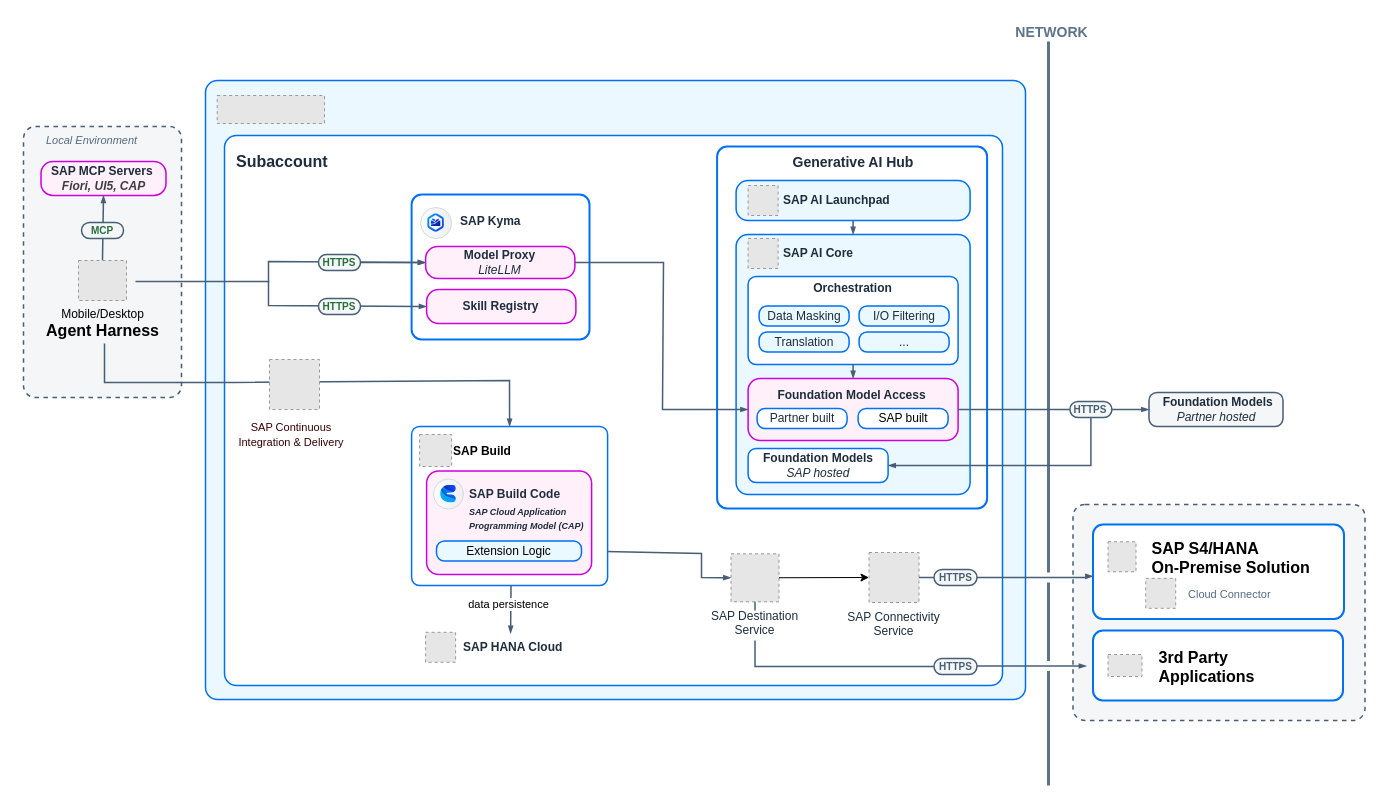
This is docs/ref-arch/RA0030/drawio/agentic-for-sap-extensions.drawio from SAP/architecture-center, a draw.io file, before an edit. Source tidied: cells renumbered, new cells numbered last; positions are measured from the earlier drawing's top-left corner, leaving out a move shared by most shapes. Both pictures are drawn from the tidied source at 100%, with x=0, y=0 at pixel (23, 17). Pictures stored in the file or linked from it are replaced by grey dashed boxes.
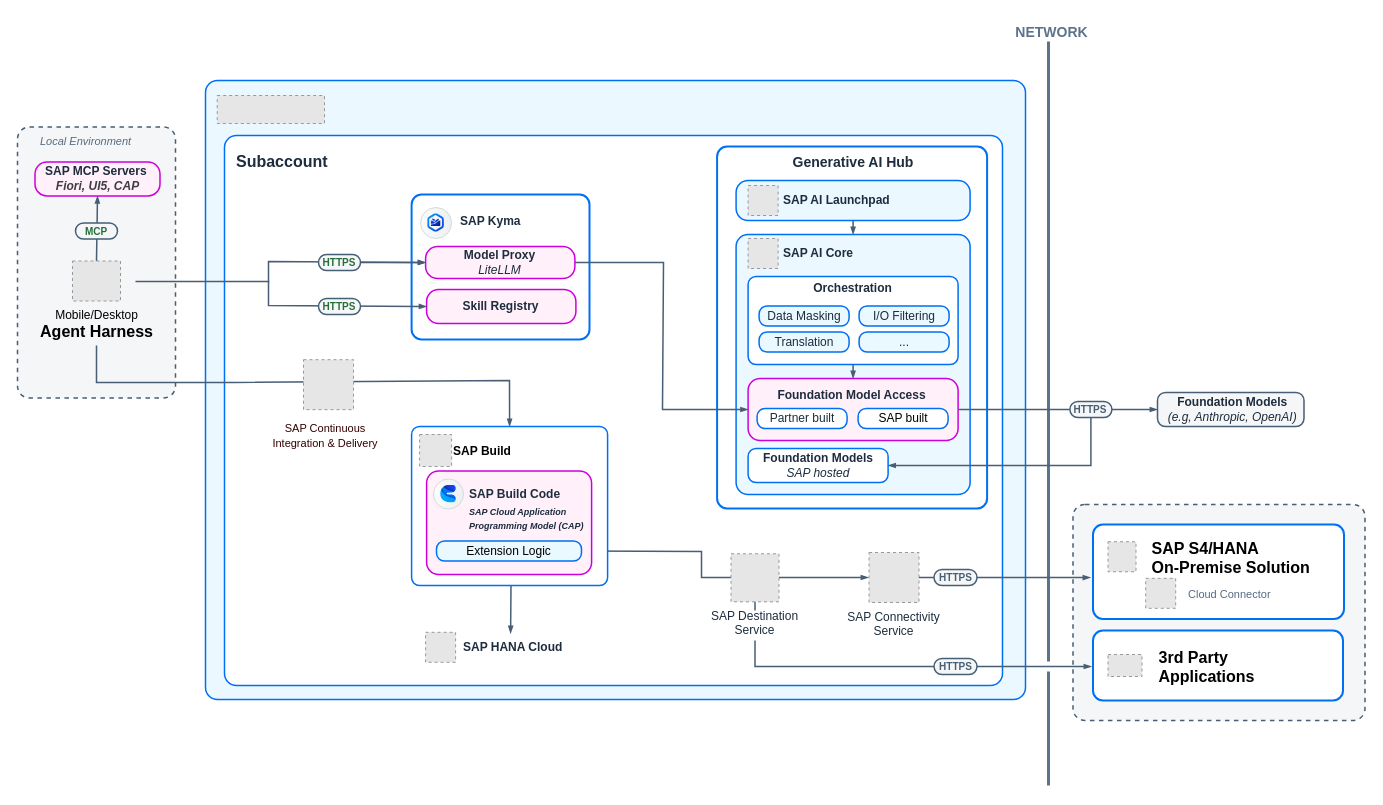
The same diagram, later.

The change refers to these unchanged cells:
```xml
<mxCell id="10" value="&lt;p style=&quot;line-height: 114%;&quot;&gt;&lt;font size=&quot;1&quot; color=&quot;#475f75&quot;&gt;&lt;b style=&quot;&quot;&gt;HTTPS&lt;/b&gt;&lt;/font&gt;&lt;/p&gt;" style="rounded=1;whiteSpace=wrap;html=1;arcSize=50;strokeColor=#475f75;fillColor=#f5f6f7;fontColor=#266f3a;strokeWidth=1.5;fontFamily=Arial;" parent="1" vertex="1">
  <mxGeometry x="910.5" y="641" width="43" height="16" as="geometry" />
</mxCell>
<mxCell id="11" value="SAP Connectivity&#10;Service" style="fillColor=#E6E6E6;strokeColor=#999999;dashed=1;verticalLabelPosition=bottom;verticalAlign=top;align=center;spacingLeft=0;spacingTop=-5;spacing=8;fontFamily=Arial;fontSize=12;fontColor=#1D2D3E;fontStyle=0;labelBackgroundColor=default;" parent="1" vertex="1">
  <mxGeometry x="845.5" y="535" width="50" height="50" as="geometry" />
</mxCell>
<mxCell id="13" value="&lt;p style=&quot;line-height: 114%;&quot;&gt;&lt;font size=&quot;1&quot; color=&quot;#475f75&quot;&gt;&lt;b style=&quot;&quot;&gt;HTTPS&lt;/b&gt;&lt;/font&gt;&lt;/p&gt;" style="rounded=1;whiteSpace=wrap;html=1;arcSize=50;strokeColor=#475f75;fillColor=#f5f6f7;fontColor=#266f3a;strokeWidth=1.5;fontFamily=Arial;" parent="1" vertex="1">
  <mxGeometry x="910.5" y="552" width="43" height="16" as="geometry" />
</mxCell>
<mxCell id="14" value="SAP Destination&#10;Service" style="fillColor=#E6E6E6;strokeColor=#999999;dashed=1;verticalLabelPosition=bottom;verticalAlign=top;labelBackgroundColor=default;fontColor=#1D2D3E;fontStyle=0;spacingTop=-5;spacingLeft=0;spacing=8;fontFamily=Arial;align=center;fontSize=12;" parent="1" vertex="1">
  <mxGeometry x="707.5" y="536.3" width="48" height="48" as="geometry" />
</mxCell>
<mxCell id="20" style="strokeColor=#0070F2;shadow=0;strokeWidth=2;rounded=1;absoluteArcSize=1;arcSize=20;" parent="1" vertex="1">
  <mxGeometry x="1069.5" y="507.1" width="251" height="94.3" as="geometry" />
</mxCell>
<mxCell id="27" style="rounded=0;orthogonalLoop=1;jettySize=auto;html=1;entryX=0.5;entryY=0;entryDx=0;entryDy=0;endArrow=blockThin;strokeColor=#475e75;fontColor=default;strokeWidth=1.5;endSize=4;startSize=4;endFill=1;startArrow=none;startFill=0;align=center;verticalAlign=middle;fontFamily=Arial;fontSize=12;labelBackgroundColor=default;" parent="1" edge="1">
  <mxGeometry relative="1" as="geometry">
    <mxPoint x="487.5" y="568" as="sourcePoint" />
    <mxPoint x="487.1" y="616" as="targetPoint" />
  </mxGeometry>
</mxCell>
<mxCell id="38" style="group;" parent="1" vertex="1">
  <mxGeometry x="234" y="304" width="158.8" height="124" as="geometry" />
</mxCell>
<mxCell id="71" style="rounded=1;whiteSpace=wrap;html=1;strokeColor=#0070F2;fillColor=#ffffff;arcSize=16;absoluteArcSize=1;imageWidth=64;imageHeight=64;strokeWidth=1.5;fontFamily=Helvetica;align=center;verticalAlign=middle;spacingLeft=0;spacingTop=0;spacing=8;fontSize=12;fontColor=default;fontStyle=0;" parent="1" vertex="1">
  <mxGeometry x="388.1" y="409" width="196" height="159" as="geometry" />
</mxCell>
<mxCell id="74" value="&lt;span style=&quot;font-weight: 400;&quot;&gt;Extension Logic&lt;/span&gt;" style="rounded=1;whiteSpace=wrap;html=1;fillColor=#EAF8FF;strokeColor=#0070F2;fontColor=default;strokeWidth=1.5;arcSize=16;fontStyle=1;spacingTop=0;spacingLeft=0;spacing=8;imageWidth=64;imageHeight=64;absoluteArcSize=1;fontFamily=Helvetica;align=center;verticalAlign=middle;fontSize=12;" parent="1" vertex="1">
  <mxGeometry x="413" y="523.5" width="145" height="20" as="geometry" />
</mxCell>
```

What changed in the source:
```diff
@@
     <mxCell id="2" style="rounded=1;whiteSpace=wrap;html=1;strokeColor=#475E75;fillColor=#F5F6F7;arcSize=24;absoluteArcSize=1;imageWidth=64;imageHeight=64;strokeWidth=1.5;fontFamily=Helvetica;align=center;verticalAlign=middle;fontSize=12;fontColor=default;dashed=1;" parent="1" vertex="1">
-      <mxGeometry y="109" width="158" height="271" as="geometry" />
+      <mxGeometry x="-6" y="109.5" width="158" height="271" as="geometry" />
     </mxCell>
@@
-    <mxCell id="5" style="rounded=0;jettySize=auto;html=1;entryX=0;entryY=0.5;entryDx=0;entryDy=0;endArrow=blockThin;strokeColor=#475e75;fontColor=default;strokeWidth=1.5;endSize=4;startSize=4;endFill=1;startArrow=none;startFill=0;align=center;verticalAlign=middle;fontFamily=Arial;fontSize=12;labelBackgroundColor=default;exitX=1;exitY=0.5;exitDx=0;exitDy=0;" parent="1" edge="1" source="74" target="14">
+    <mxCell id="5" style="rounded=0;jettySize=auto;html=1;endArrow=blockThin;strokeColor=#475e75;fontColor=default;strokeWidth=1.5;endSize=4;startSize=4;endFill=1;startArrow=none;startFill=0;align=center;verticalAlign=middle;fontFamily=Arial;fontSize=12;labelBackgroundColor=default;exitX=1;exitY=0.5;exitDx=0;exitDy=0;" parent="1" edge="1" source="74">
       <mxGeometry relative="1" as="geometry">
+        <mxPoint x="845" y="560" as="targetPoint" />
         <Array as="points">
-          <mxPoint x="678" y="536" />
+          <mxPoint x="678" y="534" />
           <mxPoint x="678" y="560" />
         </Array>
       </mxGeometry>
     </mxCell>
@@
-    <mxCell id="17" style="edgeStyle=orthogonalEdgeStyle;rounded=0;jettySize=auto;html=1;exitX=1;exitY=0.5;exitDx=0;exitDy=0;strokeColor=#475e75;strokeWidth=1.5;align=center;verticalAlign=middle;fontFamily=Arial;fontSize=12;fontColor=default;labelBackgroundColor=default;startArrow=none;startFill=0;startSize=4;endArrow=blockThin;endFill=1;endSize=4;entryX=0;entryY=0.5;entryDx=0;entryDy=0;" parent="1" edge="1" source="10">
+    <mxCell id="17" style="edgeStyle=orthogonalEdgeStyle;rounded=0;jettySize=auto;html=1;exitX=1;exitY=0.5;exitDx=0;exitDy=0;strokeColor=#475e75;strokeWidth=1.5;align=center;verticalAlign=middle;fontFamily=Arial;fontSize=12;fontColor=default;labelBackgroundColor=default;startArrow=none;startFill=0;startSize=4;endArrow=blockThin;endFill=1;endSize=4;" parent="1" edge="1" source="10">
       <mxGeometry relative="1" as="geometry">
-        <mxPoint x="1063" y="648.5" as="targetPoint" />
+        <mxPoint x="1068" y="649" as="targetPoint" />
         <Array as="points">
           <mxPoint x="1062.5" y="649" />
         </Array>
       </mxGeometry>
     </mxCell>
-    <mxCell id="18" style="edgeStyle=orthogonalEdgeStyle;rounded=0;jettySize=auto;html=1;exitX=1;exitY=0.5;exitDx=0;exitDy=0;exitPerimeter=0;entryX=0;entryY=0.75;entryDx=0;entryDy=0;strokeColor=#475e75;strokeWidth=1.5;align=center;verticalAlign=middle;fontFamily=Arial;fontSize=12;fontColor=default;labelBackgroundColor=default;startArrow=none;startFill=0;startSize=4;endArrow=blockThin;endFill=1;endSize=4;jumpSize=4;flowAnimation=0;" parent="1" edge="1" source="13">
-      <mxGeometry relative="1" as="geometry">
-        <mxPoint x="1069.5" y="558.8" as="targetPoint" />
-        <Array as="points">
-          <mxPoint x="1063.5" y="560" />
-        </Array>
-      </mxGeometry>
-    </mxCell>
     <mxCell id="19" style="edgeStyle=none;html=1;entryX=0.5;entryY=0;entryDx=0;entryDy=0;rounded=0;curved=0;strokeColor=#475E75;strokeWidth=1.5;align=center;verticalAlign=middle;fontFamily=Arial;fontSize=11;fontColor=default;labelBackgroundColor=default;startSize=4;endArrow=blockThin;endFill=1;endSize=4;sourcePerimeterSpacing=10;targetPerimeterSpacing=10;" parent="1" edge="1" target="71">
       <mxGeometry relative="1" as="geometry">
-        <mxPoint x="81" y="326" as="sourcePoint" />
+        <mxPoint x="73" y="328" as="sourcePoint" />
         <Array as="points">
-          <mxPoint x="81" y="365" />
+          <mxPoint x="73" y="365" />
           <mxPoint x="210" y="365" />
           <mxPoint x="486" y="363" />
         </Array>
       </mxGeometry>
     </mxCell>
@@
-    <mxCell id="28" value="data persistence" style="edgeLabel;html=1;align=center;verticalAlign=middle;" parent="27" vertex="1">
-      <mxGeometry x="-0.32" relative="1" as="geometry">
-        <mxPoint x="-3" y="3" as="offset" />
-      </mxGeometry>
-    </mxCell>
@@
     <mxCell id="30" value="&lt;font color=&quot;#1d2d3e&quot;&gt;SAP MCP Servers&amp;nbsp;&lt;/font&gt;&lt;div&gt;&lt;i style=&quot;color: rgb(63, 63, 63); scrollbar-color: rgb(226, 226, 226) rgb(251, 251, 251);&quot;&gt;Fiori, UI5, CAP&lt;/i&gt;&lt;/div&gt;" style="rounded=1;whiteSpace=wrap;html=1;fillColor=#FFF0FA;strokeColor=#cc00dc;fontColor=default;strokeWidth=1.5;arcSize=24;fontStyle=1;spacingTop=0;spacingLeft=0;spacing=8;align=center;verticalAlign=middle;fontFamily=Arial;fontSize=12;imageWidth=64;imageHeight=64;absoluteArcSize=1;" parent="1" vertex="1">
-      <mxGeometry x="17.5" y="144" width="125" height="33.9" as="geometry" />
+      <mxGeometry x="11.5" y="144.5" width="125" height="33.9" as="geometry" />
     </mxCell>
@@
-    <mxCell id="37" style="edgeStyle=none;html=1;entryX=0;entryY=0.5;entryDx=0;entryDy=0;entryPerimeter=0;" parent="1" edge="1" source="14" target="11">
-      <mxGeometry relative="1" as="geometry" />
-    </mxCell>
@@
     <mxCell id="39" value="&lt;span style=&quot;font-family: Arial; text-align: left;&quot;&gt;&lt;font style=&quot;color: rgb(51, 0, 0); font-size: 11px;&quot;&gt;SAP Continuous Integration &amp;amp; Delivery&lt;/font&gt;&lt;/span&gt;" style="text;html=1;whiteSpace=wrap;strokeColor=none;fillColor=none;align=center;verticalAlign=middle;rounded=0;" parent="38" vertex="1">
-      <mxGeometry x="-34" y="100" width="135.5" height="26.8" as="geometry" />
+      <mxGeometry y="100.2" width="135.5" height="26.8" as="geometry" />
     </mxCell>
@@
     <mxCell id="42" value="Mobile/Desktop&lt;br&gt;&lt;b&gt;&lt;font style=&quot;font-size: 16px;&quot;&gt;Agent Harness&lt;br&gt;&lt;/font&gt;&lt;/b&gt;" style="fillColor=#E6E6E6;strokeColor=#999999;dashed=1;verticalLabelPosition=bottom;labelBackgroundColor=none;verticalAlign=top;html=1;" parent="1" vertex="1">
-      <mxGeometry x="55" y="243" width="48" height="40" as="geometry" />
+      <mxGeometry x="49" y="243.5" width="48" height="40" as="geometry" />
     </mxCell>
-    <mxCell id="43" value="&lt;b style=&quot;color: rgb(29, 45, 62); font-family: Arial;&quot;&gt;&amp;nbsp;Foundation Models&lt;/b&gt;&lt;br style=&quot;color: rgb(29, 45, 62); font-family: Arial; font-weight: 400;&quot;&gt;&lt;i style=&quot;color: rgb(29, 45, 62); font-family: Arial; font-weight: 400;&quot;&gt;Partner hosted&lt;/i&gt;" style="rounded=1;whiteSpace=wrap;html=1;strokeColor=#475E75;fillColor=#F5F6F7;arcSize=16;absoluteArcSize=1;imageWidth=64;imageHeight=64;strokeWidth=1.5;fontFamily=Helvetica;align=center;verticalAlign=middle;fontSize=12;fontColor=default;spacingLeft=0;spacingTop=0;spacing=8;fontStyle=1;" parent="1" vertex="1">
-      <mxGeometry x="1125.5" y="375" width="134" height="34" as="geometry" />
+    <mxCell id="43" value="&lt;b style=&quot;color: rgb(29, 45, 62); font-family: Arial;&quot;&gt;&amp;nbsp;Foundation Models&lt;/b&gt;&lt;br style=&quot;color: rgb(29, 45, 62); font-family: Arial; font-weight: 400;&quot;&gt;&lt;i style=&quot;color: rgb(29, 45, 62); font-family: Arial; font-weight: 400;&quot;&gt;&amp;nbsp;(e.g, Anthropic, OpenAI)&lt;/i&gt;" style="rounded=1;whiteSpace=wrap;html=1;strokeColor=#475E75;fillColor=#F5F6F7;arcSize=16;absoluteArcSize=1;imageWidth=64;imageHeight=64;strokeWidth=1.5;fontFamily=Helvetica;align=center;verticalAlign=middle;fontSize=12;fontColor=default;spacingLeft=0;spacingTop=0;spacing=8;fontStyle=1;" parent="1" vertex="1">
+      <mxGeometry x="1134" y="375" width="146.5" height="34" as="geometry" />
     </mxCell>
@@
     <mxCell id="79" value="&lt;p style=&quot;line-height: 114%;&quot;&gt;&lt;font size=&quot;1&quot;&gt;&lt;b&gt;MCP&lt;/b&gt;&lt;/font&gt;&lt;/p&gt;" style="rounded=1;whiteSpace=wrap;html=1;arcSize=50;strokeColor=#475f75;fillColor=#f5f6f7;fontColor=#266f3a;strokeWidth=1.5;fontFamily=Arial;" parent="1" vertex="1">
-      <mxGeometry x="58" y="205" width="42" height="16" as="geometry" />
+      <mxGeometry x="52" y="205.5" width="42" height="16" as="geometry" />
     </mxCell>
@@
     <mxCell id="83" style="fillColor=#E6E6E6;strokeColor=#999999;dashed=1;verticalLabelPosition=bottom;verticalAlign=top;fontColor=#1D2D3E;fontStyle=0;spacingTop=-5;spacingLeft=0;spacing=8;align=center;fontFamily=Arial;fontSize=12;" parent="1" vertex="1">
-      <mxGeometry x="246" y="342" width="50" height="50" as="geometry" />
+      <mxGeometry x="280" y="342.2" width="50" height="50" as="geometry" />
     </mxCell>
     <mxCell id="84" value="&lt;font color=&quot;#556b82&quot; face=&quot;Arial&quot;&gt;&lt;span style=&quot;font-size: 11px;&quot;&gt;Local Environment&lt;/span&gt;&lt;/font&gt;" style="text;whiteSpace=wrap;html=1;fontStyle=2;" parent="1" vertex="1">
-      <mxGeometry x="21" y="109" width="105" height="30" as="geometry" />
+      <mxGeometry x="15" y="109.5" width="105" height="30" as="geometry" />
     </mxCell>
+    <mxCell id="85" style="edgeStyle=none;html=1;entryX=-0.01;entryY=0.561;entryDx=0;entryDy=0;entryPerimeter=0;rounded=0;strokeColor=#475e75;strokeWidth=1.5;align=center;verticalAlign=middle;fontFamily=Arial;fontSize=12;fontColor=default;labelBackgroundColor=default;startArrow=none;startFill=0;startSize=4;endArrow=blockThin;endFill=1;endSize=4;" parent="1" edge="1" source="13" target="20">
+      <mxGeometry relative="1" as="geometry" />
+    </mxCell>
```
